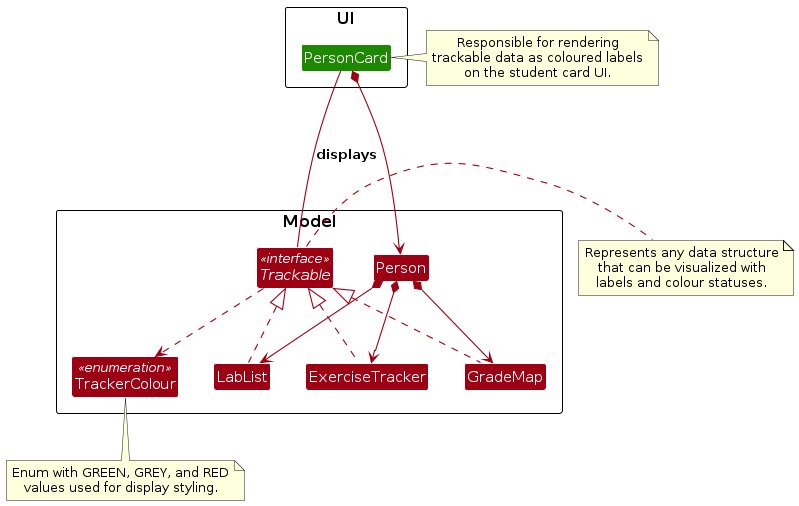
Above: diagrams/Trackable/TrackableClassDiagram.png in AY2526S1-CS2103T-T09-3/tp (PlantUML), before the change. Its source is kept beside it as diagrams/Trackable/TrackableClassDiagram.puml.
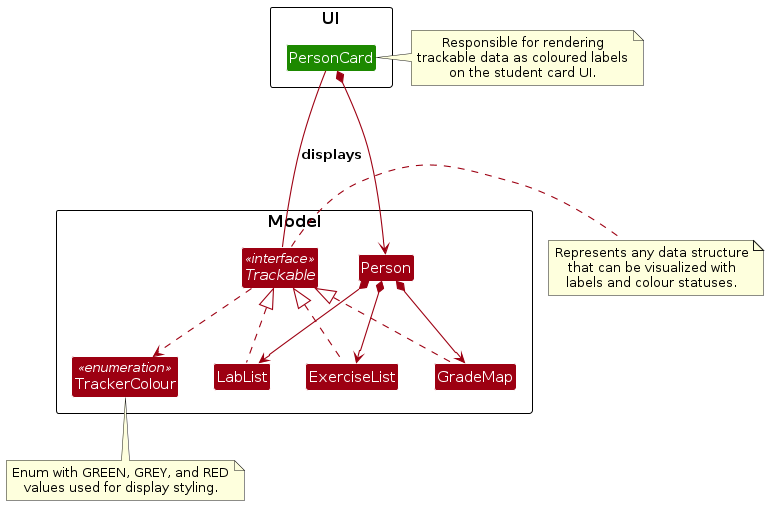
After the commit.

What changed in the source:
```diff
@@ -12,7 +12,7 @@
     interface Trackable <<interface>>
     enum TrackerColour <<enumeration>>
     class Person
-    class ExerciseTracker
+    class ExerciseList
     class LabList
     class GradeMap
 }
@@ -20,10 +20,10 @@
 PersonCard *--> Person
 PersonCard --- Trackable:displays
 
-Trackable <|.. ExerciseTracker
+Trackable <|.. ExerciseList
 Trackable <|.. LabList
 Trackable <|.. GradeMap
-Person *--> ExerciseTracker
+Person *--> ExerciseList
 Person *--> LabList
 Person *--> GradeMap
 Trackable ..> TrackerColour
```
